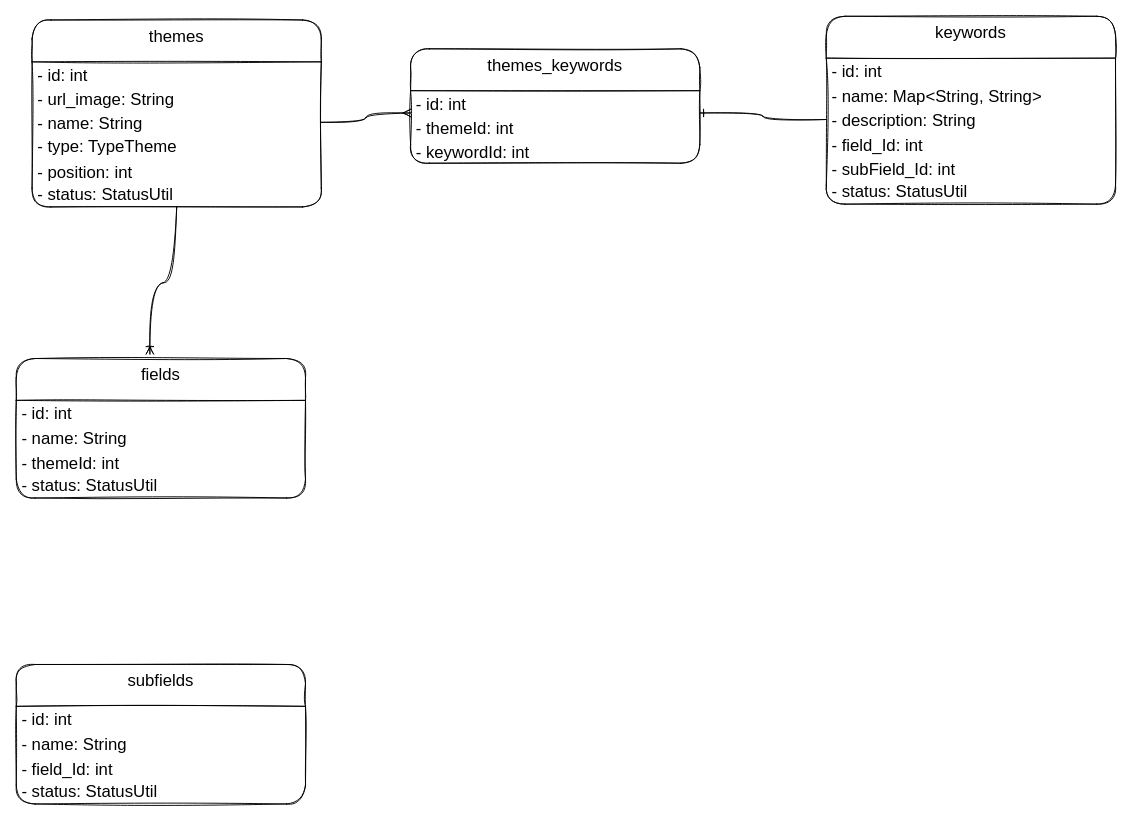
Before: work/schumpeter/Untitled Diagram.drawio in daoanhthanh/drawio, a draw.io diagram. Source tidied: cells renumbered, new cells numbered last; positions are measured from the earlier drawing's top-left corner, leaving out a move shared by most shapes. Both pictures are drawn from the tidied source at 93%, with x=0, y=0 at pixel (16, 16).
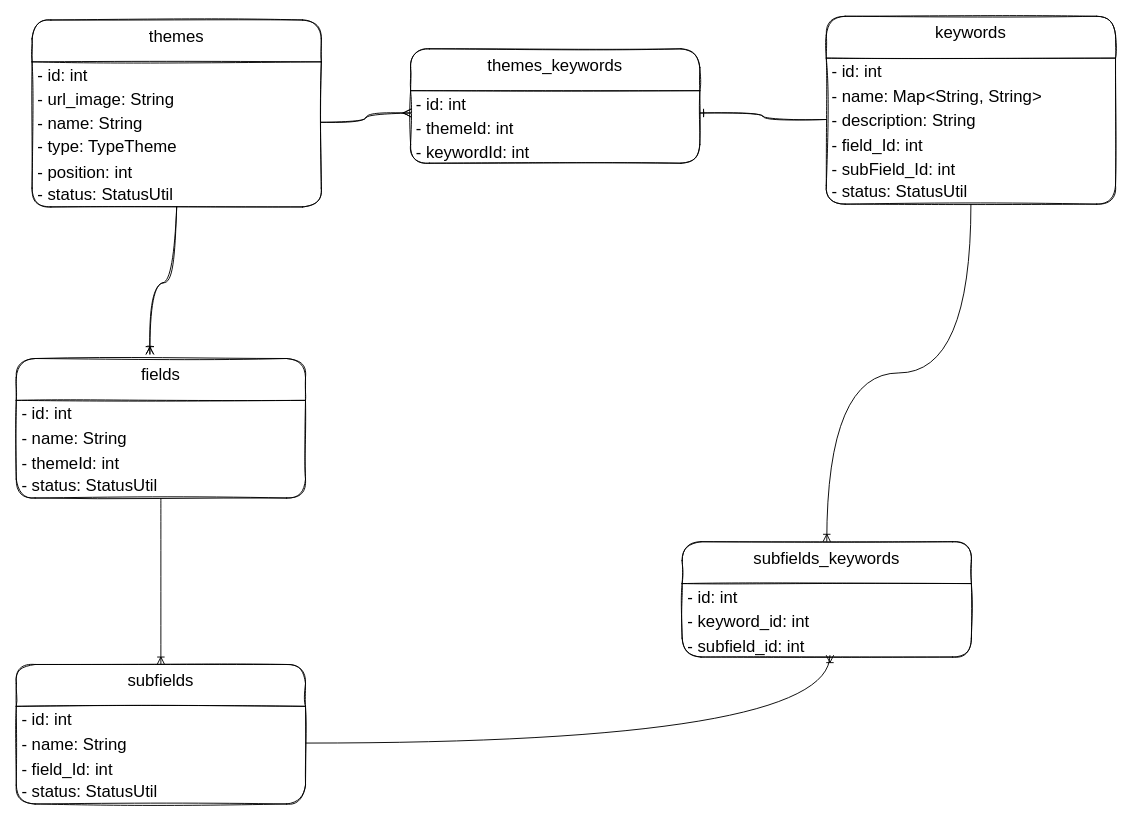
The same page after the edit.

The change refers to these unchanged cells:
```xml
<mxCell id="10" value="keywords" style="swimlane;fontStyle=0;horizontal=1;startSize=45;fillColor=none;verticalAlign=top;fontSize=18;sketch=1;rounded=1;" parent="1" vertex="1">
  <mxGeometry x="871" width="311" height="202" as="geometry" />
</mxCell>
<mxCell id="23" value="subfields" style="swimlane;fontStyle=0;horizontal=1;startSize=45;fillColor=none;verticalAlign=top;fontSize=18;sketch=1;rounded=1;" parent="1" vertex="1">
  <mxGeometry y="697" width="311" height="150" as="geometry" />
</mxCell>
<mxCell id="25" value="- name: String" style="text;strokeColor=none;fillColor=none;align=left;verticalAlign=middle;spacingLeft=4;spacingRight=4;overflow=hidden;points=[[0,0.5],[1,0.5]];portConstraint=eastwest;fontSize=18;sketch=1;rounded=1;" parent="23" vertex="1">
  <mxGeometry y="71" width="311" height="27" as="geometry" />
</mxCell>
<mxCell id="28" value="fields" style="swimlane;fontStyle=0;horizontal=1;startSize=45;fillColor=none;verticalAlign=top;fontSize=18;sketch=1;rounded=1;" parent="1" vertex="1">
  <mxGeometry y="368" width="311" height="150" as="geometry" />
</mxCell>
```

Change to the diagram source:
```diff
@@
+    <mxCell id="33" style="edgeStyle=orthogonalEdgeStyle;curved=1;jettySize=auto;html=1;entryX=0.5;entryY=0;entryDx=0;entryDy=0;endArrow=ERoneToMany;endFill=0;" parent="1" edge="1" source="10" target="35">
+      <mxGeometry relative="1" as="geometry" />
+    </mxCell>
@@
+    <mxCell id="34" style="edgeStyle=orthogonalEdgeStyle;jettySize=auto;html=1;entryX=0.5;entryY=0;entryDx=0;entryDy=0;curved=1;endArrow=ERoneToMany;endFill=0;" parent="1" edge="1" source="28" target="23">
+      <mxGeometry relative="1" as="geometry" />
+    </mxCell>
@@
+    <mxCell id="35" value="subfields_keywords" style="swimlane;fontStyle=0;horizontal=1;startSize=45;fillColor=none;verticalAlign=top;fontSize=18;sketch=1;rounded=1;" parent="1" vertex="1">
+      <mxGeometry x="716" y="565" width="311" height="124" as="geometry" />
+    </mxCell>
+    <mxCell id="36" value="- id: int" style="text;strokeColor=none;fillColor=none;align=left;verticalAlign=middle;spacingLeft=4;spacingRight=4;overflow=hidden;fontSize=18;sketch=1;rounded=1;" parent="35" vertex="1">
+      <mxGeometry y="45" width="311" height="26" as="geometry" />
+    </mxCell>
+    <mxCell id="37" value="- keyword_id: int" style="text;strokeColor=none;fillColor=none;align=left;verticalAlign=middle;spacingLeft=4;spacingRight=4;overflow=hidden;fontSize=18;sketch=1;rounded=1;" parent="35" vertex="1">
+      <mxGeometry y="71" width="311" height="27" as="geometry" />
+    </mxCell>
+    <mxCell id="38" value="- subfield_id: int" style="text;strokeColor=none;fillColor=none;align=left;verticalAlign=middle;spacingLeft=4;spacingRight=4;overflow=hidden;points=[[0,0.5],[1,0.5]];portConstraint=eastwest;fontSize=18;sketch=1;rounded=1;" parent="35" vertex="1">
+      <mxGeometry y="98" width="311" height="26" as="geometry" />
+    </mxCell>
+    <mxCell id="39" style="edgeStyle=orthogonalEdgeStyle;curved=1;jettySize=auto;html=1;endArrow=ERoneToMany;endFill=0;entryX=0.511;entryY=0.923;entryDx=0;entryDy=0;entryPerimeter=0;" parent="1" edge="1" source="25" target="38">
+      <mxGeometry relative="1" as="geometry">
+        <Array as="points">
+          <mxPoint x="875" y="782" />
+        </Array>
+      </mxGeometry>
+    </mxCell>
```
